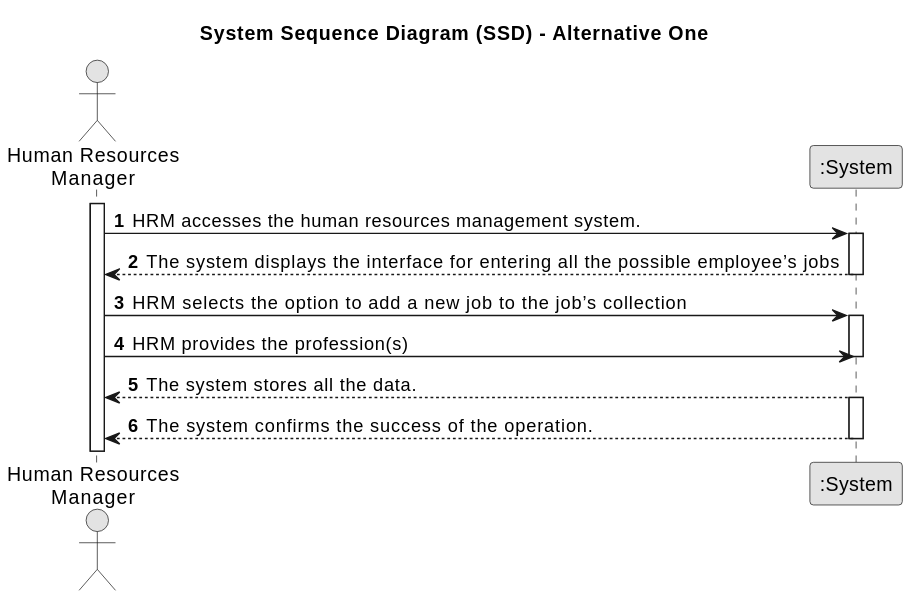
The PlantUML diagram docs/sprintA/us002/01.requirements-engineering/svg/us002-system-sequence-diagram-alternative-one-System_Sequence_Diagram__SSD____Alternative_One.svg in SAEmanuel/Green_Spaces_Management_ISEP, before a commit.
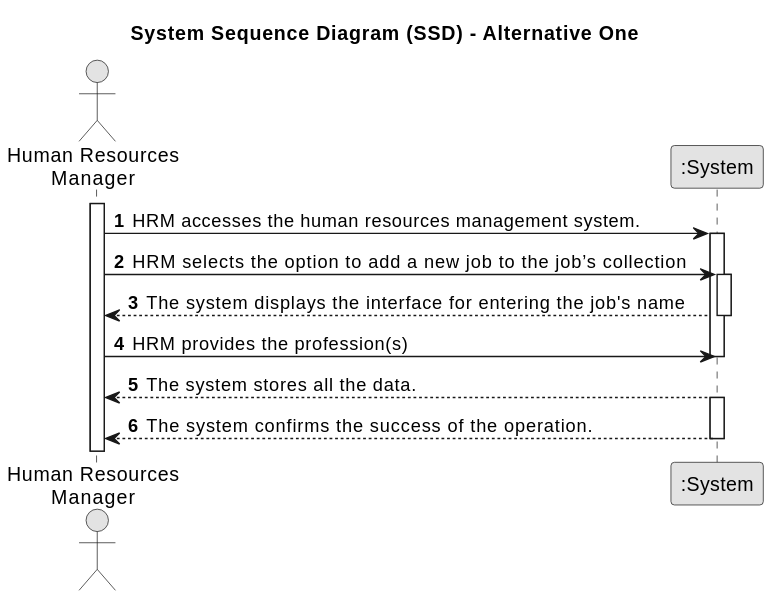
The same file after the commit.

Diff of the diagram source:
```diff
@@ -15,11 +15,11 @@
     HRM -> System : HRM accesses the human resources management system.
     activate System
 
-        System --> HRM : The system displays the interface for entering all the possible employee’s jobs
-    deactivate System
-
      HRM -> System : HRM selects the option to add a new job to the job’s collection
     activate System
+
+        System --> HRM : The system displays the interface for entering the job's name
+    deactivate System
 
         HRM -> System : HRM provides the profession(s)
     deactivate System
```
